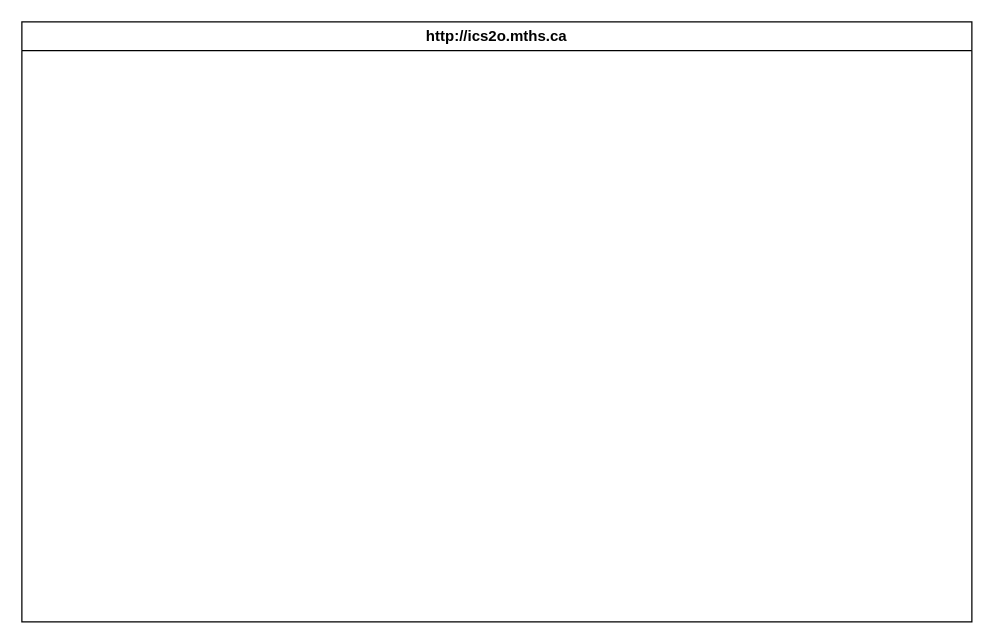
Above: design/storyboard.drawio in MTHS-ICS2O-2-2022/ICS2O-Unit-5-02-Fares-Abdelkader (draw.io), before the change. Source tidied: cells renumbered, new cells numbered last; positions are measured from the earlier drawing's top-left corner, leaving out a move shared by most shapes. Both pictures are drawn from the tidied source at 125%, with x=0, y=0 at pixel (21, 21).
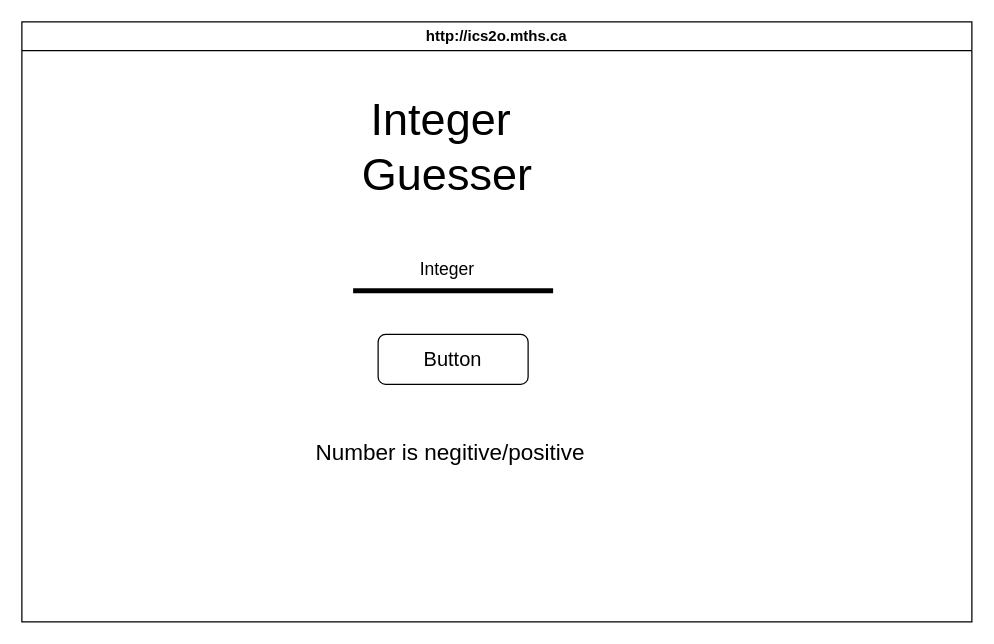
Above is the later version.

The edit, as a diff of the source:
```diff
@@
 <mxGraphModel>
   <root>
     <mxCell id="0" />
     <mxCell id="1" parent="0" />
     <mxCell id="2" value="http://ics2o.mths.ca" style="swimlane;whiteSpace=wrap;html=1;" parent="1" vertex="1">
       <mxGeometry width="760" height="480" as="geometry" />
     </mxCell>
+    <mxCell id="3" value="&lt;font style=&quot;font-size: 36px;&quot;&gt;Integer&amp;nbsp;&lt;br&gt;Guesser&lt;/font&gt;" style="text;html=1;align=center;verticalAlign=middle;strokeColor=none;fillColor=none;" parent="2" vertex="1">
+      <mxGeometry x="260" y="50" width="160" height="100" as="geometry" />
+    </mxCell>
+    <mxCell id="4" value="&lt;font style=&quot;font-size: 14px;&quot;&gt;Integer&lt;/font&gt;" style="text;html=1;align=center;verticalAlign=middle;strokeColor=none;fillColor=none;fontSize=36;" parent="2" vertex="1">
+      <mxGeometry x="305" y="160" width="70" height="60" as="geometry" />
+    </mxCell>
+    <mxCell id="5" style="line;strokeWidth=4;html=1;perimeter=backbonePerimeter;fontSize=14;" parent="2" vertex="1">
+      <mxGeometry x="265" y="210" width="160" height="10" as="geometry" />
+    </mxCell>
+    <mxCell id="6" value="&lt;font size=&quot;3&quot;&gt;Button&lt;/font&gt;" style="rounded=1;whiteSpace=wrap;html=1;fontSize=14;" parent="2" vertex="1">
+      <mxGeometry x="285" y="250" width="120" height="40" as="geometry" />
+    </mxCell>
+    <mxCell id="7" value="Number is negitive/positive&amp;nbsp;" style="text;html=1;align=center;verticalAlign=middle;strokeColor=none;fillColor=none;fontSize=18;" parent="2" vertex="1">
+      <mxGeometry x="225" y="330" width="240" height="30" as="geometry" />
+    </mxCell>
   </root>
 </mxGraphModel>
```
